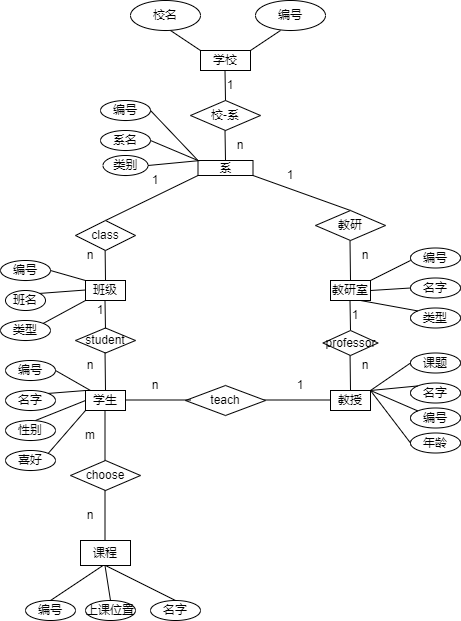
This is 1.drawio.png from CodingFlashe/graph, a draw.io export, as it was before one commit. Source tidied: cells renumbered, new cells last; positions are measured from the earlier drawing's top-left corner, leaving out a move shared by most shapes.
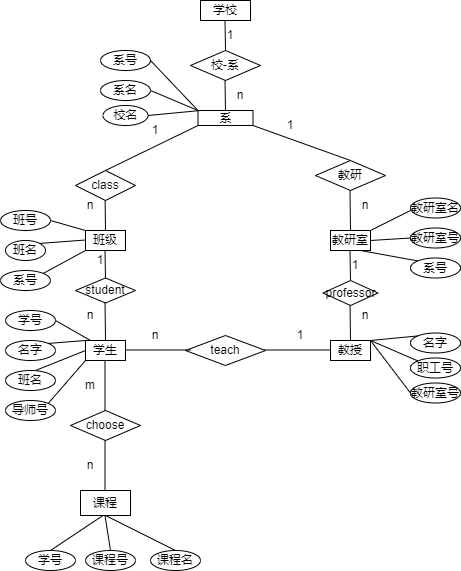
The same file after the commit.

What changed in the source:
```diff
@@ -163,19 +163,13 @@
     <mxCell id="43" value="professor" style="rhombus;whiteSpace=wrap;html=1;" parent="1" vertex="1">
       <mxGeometry x="322.5" y="330" width="55" height="25" as="geometry" />
     </mxCell>
-    <mxCell id="44" value="校名" style="ellipse;whiteSpace=wrap;html=1;" parent="1" vertex="1">
-      <mxGeometry x="130" width="70" height="30" as="geometry" />
-    </mxCell>
-    <mxCell id="45" value="编号" style="ellipse;whiteSpace=wrap;html=1;" parent="1" vertex="1">
-      <mxGeometry x="255" width="70" height="30" as="geometry" />
-    </mxCell>
     <mxCell id="46" value="系名" style="ellipse;whiteSpace=wrap;html=1;" parent="1" vertex="1">
       <mxGeometry x="100" y="130" width="50" height="20" as="geometry" />
     </mxCell>
-    <mxCell id="47" value="类别" style="ellipse;whiteSpace=wrap;html=1;" parent="1" vertex="1">
+    <mxCell id="47" value="校名" style="ellipse;whiteSpace=wrap;html=1;" parent="1" vertex="1">
       <mxGeometry x="102.5" y="155" width="45" height="20" as="geometry" />
     </mxCell>
-    <mxCell id="48" value="编号" style="ellipse;whiteSpace=wrap;html=1;" parent="1" vertex="1">
+    <mxCell id="48" value="系号" style="ellipse;whiteSpace=wrap;html=1;" parent="1" vertex="1">
       <mxGeometry x="100" y="100" width="50" height="20" as="geometry" />
     </mxCell>
     <mxCell id="49" style="endArrow=none;html=1;rounded=0;exitX=1;exitY=0.5;exitDx=0;exitDy=0;entryX=0;entryY=0;entryDx=0;entryDy=0;" parent="1" edge="1" source="48" target="6">
@@ -191,25 +185,13 @@
         <mxPoint x="200" y="160" as="targetPoint" />
       </mxGeometry>
     </mxCell>
-    <mxCell id="52" style="endArrow=none;html=1;rounded=0;" parent="1" edge="1">
-      <mxGeometry relative="1" as="geometry">
-        <mxPoint x="170" y="30" as="sourcePoint" />
-        <mxPoint x="200" y="50" as="targetPoint" />
-      </mxGeometry>
-    </mxCell>
-    <mxCell id="53" style="endArrow=none;html=1;rounded=0;" parent="1" edge="1">
-      <mxGeometry relative="1" as="geometry">
-        <mxPoint x="250" y="50" as="sourcePoint" />
-        <mxPoint x="280" y="30" as="targetPoint" />
-      </mxGeometry>
-    </mxCell>
     <mxCell id="54" value="班名" style="ellipse;whiteSpace=wrap;html=1;" parent="1" vertex="1">
       <mxGeometry x="5" y="290" width="40" height="20" as="geometry" />
     </mxCell>
-    <mxCell id="55" value="类型" style="ellipse;whiteSpace=wrap;html=1;" parent="1" vertex="1">
+    <mxCell id="55" value="系号" style="ellipse;whiteSpace=wrap;html=1;" parent="1" vertex="1">
       <mxGeometry y="320" width="50" height="20" as="geometry" />
     </mxCell>
-    <mxCell id="56" value="编号" style="ellipse;whiteSpace=wrap;html=1;" parent="1" vertex="1">
+    <mxCell id="56" value="班号" style="ellipse;whiteSpace=wrap;html=1;" parent="1" vertex="1">
       <mxGeometry y="260" width="50" height="20" as="geometry" />
     </mxCell>
     <mxCell id="57" style="endArrow=none;html=1;rounded=0;entryX=0;entryY=0;entryDx=0;entryDy=0;" parent="1" edge="1" target="10">
@@ -227,13 +209,13 @@
         <mxPoint x="85" y="300" as="targetPoint" />
       </mxGeometry>
     </mxCell>
-    <mxCell id="60" value="类型" style="ellipse;whiteSpace=wrap;html=1;" parent="1" vertex="1">
+    <mxCell id="60" value="系号" style="ellipse;whiteSpace=wrap;html=1;" parent="1" vertex="1">
       <mxGeometry x="410" y="307.5" width="50" height="20" as="geometry" />
     </mxCell>
-    <mxCell id="61" value="编号" style="ellipse;whiteSpace=wrap;html=1;" parent="1" vertex="1">
+    <mxCell id="61" value="教研室名" style="ellipse;whiteSpace=wrap;html=1;" parent="1" vertex="1">
       <mxGeometry x="410" y="247.5" width="50" height="20" as="geometry" />
     </mxCell>
-    <mxCell id="62" value="名字" style="ellipse;whiteSpace=wrap;html=1;" parent="1" vertex="1">
+    <mxCell id="62" value="教研室号" style="ellipse;whiteSpace=wrap;html=1;" parent="1" vertex="1">
       <mxGeometry x="410" y="277.5" width="50" height="20" as="geometry" />
     </mxCell>
     <mxCell id="63" style="endArrow=none;html=1;rounded=0;" parent="1" edge="1">
@@ -252,16 +234,16 @@
         <mxPoint x="360" y="300" as="sourcePoint" />
       </mxGeometry>
     </mxCell>
-    <mxCell id="66" value="性别" style="ellipse;whiteSpace=wrap;html=1;" parent="1" vertex="1">
+    <mxCell id="66" value="班名" style="ellipse;whiteSpace=wrap;html=1;" parent="1" vertex="1">
       <mxGeometry x="5" y="420" width="50" height="20" as="geometry" />
     </mxCell>
-    <mxCell id="67" value="编号" style="ellipse;whiteSpace=wrap;html=1;" parent="1" vertex="1">
+    <mxCell id="67" value="学号" style="ellipse;whiteSpace=wrap;html=1;" parent="1" vertex="1">
       <mxGeometry x="5" y="360" width="50" height="20" as="geometry" />
     </mxCell>
     <mxCell id="68" value="名字" style="ellipse;whiteSpace=wrap;html=1;" parent="1" vertex="1">
       <mxGeometry x="5" y="390" width="50" height="20" as="geometry" />
     </mxCell>
-    <mxCell id="69" value="喜好" style="ellipse;whiteSpace=wrap;html=1;" parent="1" vertex="1">
+    <mxCell id="69" value="导师号" style="ellipse;whiteSpace=wrap;html=1;" parent="1" vertex="1">
       <mxGeometry x="5" y="450" width="50" height="20" as="geometry" />
     </mxCell>
     <mxCell id="70" style="endArrow=none;html=1;rounded=0;exitX=1;exitY=0.5;exitDx=0;exitDy=0;" parent="1" edge="1" source="67">
@@ -288,20 +270,12 @@
     <mxCell id="74" value="名字" style="ellipse;whiteSpace=wrap;html=1;" parent="1" vertex="1">
       <mxGeometry x="410" y="382.5" width="50" height="20" as="geometry" />
     </mxCell>
-    <mxCell id="75" value="年龄" style="ellipse;whiteSpace=wrap;html=1;" parent="1" vertex="1">
+    <mxCell id="75" value="教研室号" style="ellipse;whiteSpace=wrap;html=1;" parent="1" vertex="1">
       <mxGeometry x="410" y="432.5" width="50" height="20" as="geometry" />
     </mxCell>
-    <mxCell id="76" value="课题" style="ellipse;whiteSpace=wrap;html=1;" parent="1" vertex="1">
-      <mxGeometry x="410" y="352.5" width="50" height="20" as="geometry" />
-    </mxCell>
-    <mxCell id="77" value="编号" style="ellipse;whiteSpace=wrap;html=1;" parent="1" vertex="1">
+    <mxCell id="77" value="职工号" style="ellipse;whiteSpace=wrap;html=1;" parent="1" vertex="1">
       <mxGeometry x="410" y="407.5" width="50" height="20" as="geometry" />
     </mxCell>
-    <mxCell id="78" style="endArrow=none;html=1;rounded=0;entryX=0;entryY=0.5;entryDx=0;entryDy=0;" parent="1" edge="1" target="76">
-      <mxGeometry relative="1" as="geometry">
-        <mxPoint x="370" y="390" as="sourcePoint" />
-      </mxGeometry>
-    </mxCell>
     <mxCell id="79" style="endArrow=none;html=1;rounded=0;entryX=0;entryY=0;entryDx=0;entryDy=0;" parent="1" edge="1" target="74">
       <mxGeometry relative="1" as="geometry">
         <mxPoint x="370" y="390" as="sourcePoint" />
@@ -317,13 +291,13 @@
         <mxPoint x="370" y="390" as="sourcePoint" />
       </mxGeometry>
     </mxCell>
-    <mxCell id="82" value="上课位置" style="ellipse;whiteSpace=wrap;html=1;" parent="1" vertex="1">
+    <mxCell id="82" value="课程号" style="ellipse;whiteSpace=wrap;html=1;" parent="1" vertex="1">
       <mxGeometry x="85" y="600" width="50" height="20" as="geometry" />
     </mxCell>
-    <mxCell id="83" value="名字" style="ellipse;whiteSpace=wrap;html=1;" parent="1" vertex="1">
+    <mxCell id="83" value="课程名" style="ellipse;whiteSpace=wrap;html=1;" parent="1" vertex="1">
       <mxGeometry x="150" y="600" width="50" height="20" as="geometry" />
     </mxCell>
-    <mxCell id="84" value="编号" style="ellipse;whiteSpace=wrap;html=1;" parent="1" vertex="1">
+    <mxCell id="84" value="学号" style="ellipse;whiteSpace=wrap;html=1;" parent="1" vertex="1">
       <mxGeometry x="25" y="600" width="50" height="20" as="geometry" />
     </mxCell>
     <mxCell id="85" style="endArrow=none;html=1;rounded=0;exitX=0.5;exitY=0;exitDx=0;exitDy=0;" parent="1" edge="1" source="84">
```
